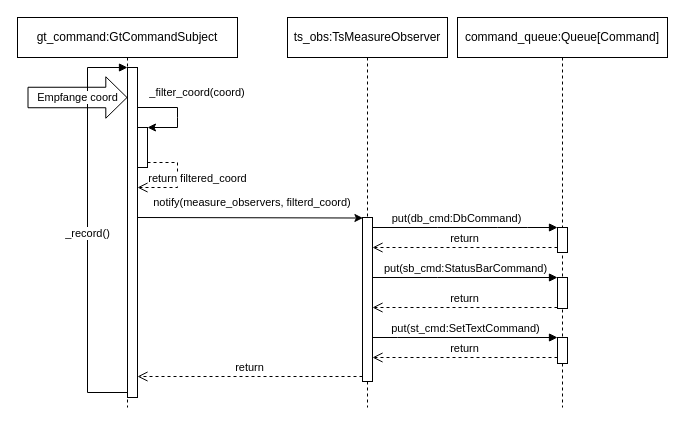
This is procedural/meassure_trainswitch.drawio from pascalreiss/draw_io_stuff, a draw.io file, before an edit. Source tidied: cells renumbered, new cells numbered last; positions are measured from the earlier drawing's top-left corner, leaving out a move shared by most shapes. Both pictures are drawn from the tidied source at 100%, with x=0, y=0 at pixel (17, 17).
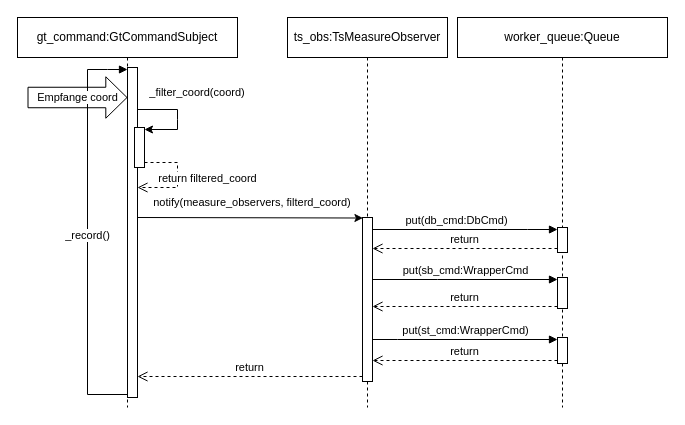
The same diagram, later.

The change refers to these unchanged cells:
```xml
<mxCell id="3" style="html=1;points=[[0,0,0,0,5],[0,1,0,0,-5],[1,0,0,0,5],[1,1,0,0,-5]];perimeter=orthogonalPerimeter;outlineConnect=0;targetShapes=umlLifeline;portConstraint=eastwest;newEdgeStyle={&quot;curved&quot;:0,&quot;rounded&quot;:0};" parent="2" vertex="1">
  <mxGeometry x="100" y="210" width="10" height="25" as="geometry" />
</mxCell>
<mxCell id="4" style="html=1;points=[[0,0,0,0,5],[0,1,0,0,-5],[1,0,0,0,5],[1,1,0,0,-5]];perimeter=orthogonalPerimeter;outlineConnect=0;targetShapes=umlLifeline;portConstraint=eastwest;newEdgeStyle={&quot;curved&quot;:0,&quot;rounded&quot;:0};" parent="2" vertex="1">
  <mxGeometry x="100" y="260" width="10" height="31" as="geometry" />
</mxCell>
<mxCell id="5" style="html=1;points=[[0,0,0,0,5],[0,1,0,0,-5],[1,0,0,0,5],[1,1,0,0,-5]];perimeter=orthogonalPerimeter;outlineConnect=0;targetShapes=umlLifeline;portConstraint=eastwest;newEdgeStyle={&quot;curved&quot;:0,&quot;rounded&quot;:0};" parent="2" vertex="1">
  <mxGeometry x="100" y="320" width="10" height="26" as="geometry" />
</mxCell>
<mxCell id="7" style="html=1;points=[[0,0,0,0,5],[0,1,0,0,-5],[1,0,0,0,5],[1,1,0,0,-5]];perimeter=orthogonalPerimeter;outlineConnect=0;targetShapes=umlLifeline;portConstraint=eastwest;newEdgeStyle={&quot;curved&quot;:0,&quot;rounded&quot;:0};" parent="6" vertex="1">
  <mxGeometry x="75" y="200" width="10" height="164" as="geometry" />
</mxCell>
<mxCell id="8" value="gt_command:GtCommandSubject" style="shape=umlLifeline;whiteSpace=wrap;html=1;newEdgeStyle={&quot;curved&quot;:0,&quot;rounded&quot;:0};perimeter=rectanglePerimeter;targetShapes=umlLifeline;participant=label;" parent="1" vertex="1">
  <mxGeometry width="220" height="390" as="geometry" />
</mxCell>
<mxCell id="9" style="html=1;points=[[0,0,0,0,5],[0,1,0,0,-5],[1,0,0,0,5],[1,1,0,0,-5]];perimeter=orthogonalPerimeter;outlineConnect=0;targetShapes=umlLifeline;portConstraint=eastwest;newEdgeStyle={&quot;curved&quot;:0,&quot;rounded&quot;:0};" parent="8" vertex="1">
  <mxGeometry x="110" y="50" width="10" height="330" as="geometry" />
</mxCell>
```

What changed in the source:
```diff
@@
+    <mxCell id="20" value="&lt;font style=&quot;font-size: 11px;&quot;&gt;notify(measure_observers, filterd_coord)&lt;/font&gt;" style="text;html=1;align=center;verticalAlign=middle;whiteSpace=wrap;rounded=0;" parent="1" vertex="1">
+      <mxGeometry x="100" y="170" width="270" height="30" as="geometry" />
+    </mxCell>
-    <mxCell id="2" value="command_queue:Queue[Command]" style="shape=umlLifeline;perimeter=lifelinePerimeter;whiteSpace=wrap;html=1;newEdgeStyle={&quot;curved&quot;:0,&quot;rounded&quot;:0};" parent="1" vertex="1">
+    <mxCell id="2" value="worker_queue:Queue" style="shape=umlLifeline;perimeter=lifelinePerimeter;whiteSpace=wrap;html=1;newEdgeStyle={&quot;curved&quot;:0,&quot;rounded&quot;:0};" parent="1" vertex="1">
       <mxGeometry x="440" width="210" height="390" as="geometry" />
     </mxCell>
@@
-    <mxCell id="10" value="_record()" style="html=1;verticalAlign=bottom;endArrow=block;curved=0;rounded=0;strokeColor=#000000;exitX=0;exitY=1;exitDx=0;exitDy=-5;exitPerimeter=0;" parent="8" edge="1" source="9" target="9">
+    <mxCell id="10" value="_record()" style="html=1;verticalAlign=bottom;endArrow=block;curved=0;rounded=0;strokeColor=#000000;exitX=0;exitY=1;exitDx=0;exitDy=-5;exitPerimeter=0;" parent="8" edge="1">
       <mxGeometry x="-0.06" relative="1" as="geometry">
+        <mxPoint x="110" y="377" as="sourcePoint" />
+        <mxPoint x="110" y="52" as="targetPoint" />
         <Array as="points">
-          <mxPoint x="70" y="375" />
-          <mxPoint x="70" y="50" />
+          <mxPoint x="70" y="377" />
+          <mxPoint x="70" y="52" />
+          <mxPoint x="90" y="52" />
         </Array>
       </mxGeometry>
     </mxCell>
     <mxCell id="11" style="html=1;points=[[0,0,0,0,5],[0,1,0,0,-5],[1,0,0,0,5],[1,1,0,0,-5]];perimeter=orthogonalPerimeter;outlineConnect=0;targetShapes=umlLifeline;portConstraint=eastwest;newEdgeStyle={&quot;curved&quot;:0,&quot;rounded&quot;:0};" parent="8" vertex="1">
-      <mxGeometry x="120" y="110" width="10" height="40" as="geometry" />
+      <mxGeometry x="117" y="110" width="10" height="40" as="geometry" />
     </mxCell>
     <mxCell id="12" value="return filtered_coord" style="html=1;verticalAlign=bottom;endArrow=open;dashed=1;endSize=8;curved=0;rounded=0;exitX=1;exitY=1;exitDx=0;exitDy=-5;exitPerimeter=0;" parent="8" edge="1" source="11" target="9">
-      <mxGeometry x="0.16" y="-20" relative="1" as="geometry">
+      <mxGeometry x="0.18" y="-30" relative="1" as="geometry">
         <Array as="points">
           <mxPoint x="160" y="145" />
           <mxPoint x="160" y="170" />
         </Array>
-        <mxPoint x="20" y="20" as="offset" />
+        <mxPoint x="30" y="30" as="offset" />
       </mxGeometry>
     </mxCell>
-    <mxCell id="13" value="put(db_cmd:DbCommand)" style="html=1;verticalAlign=bottom;endArrow=block;curved=0;rounded=0;strokeColor=#000000;" parent="1" edge="1" source="7" target="3">
+    <mxCell id="13" value="put(db_cmd:DbCmd)" style="html=1;verticalAlign=bottom;endArrow=block;curved=0;rounded=0;strokeColor=#000000;" parent="1" edge="1">
       <mxGeometry x="-0.09" relative="1" as="geometry">
+        <mxPoint x="355" y="212" as="sourcePoint" />
+        <mxPoint x="540" y="212" as="targetPoint" />
         <Array as="points">
-          <mxPoint x="420" y="210" />
-          <mxPoint x="480" y="210" />
-          <mxPoint x="510" y="210" />
+          <mxPoint x="420" y="212" />
+          <mxPoint x="480" y="212" />
+          <mxPoint x="510" y="212" />
         </Array>
       </mxGeometry>
     </mxCell>
-    <mxCell id="14" value="put(sb_cmd:StatusBarCommand)" style="html=1;verticalAlign=bottom;endArrow=block;curved=0;rounded=0;strokeColor=#000000;" parent="1" edge="1" source="7" target="4">
+    <mxCell id="14" value="put(sb_cmd:WrapperCmd" style="html=1;verticalAlign=bottom;endArrow=block;curved=0;rounded=0;strokeColor=#000000;" parent="1" edge="1">
       <mxGeometry relative="1" as="geometry">
+        <mxPoint x="355" y="262" as="sourcePoint" />
+        <mxPoint x="540" y="262" as="targetPoint" />
         <Array as="points">
-          <mxPoint x="420" y="260" />
+          <mxPoint x="420" y="262" />
         </Array>
       </mxGeometry>
     </mxCell>
-    <mxCell id="15" value="put(st_cmd:SetTextCommand)" style="html=1;verticalAlign=bottom;endArrow=block;curved=0;rounded=0;strokeColor=#000000;" parent="1" edge="1" source="7" target="5">
+    <mxCell id="15" value="put(st_cmd:WrapperCmd)" style="html=1;verticalAlign=bottom;endArrow=block;curved=0;rounded=0;strokeColor=#000000;" parent="1" edge="1">
       <mxGeometry relative="1" as="geometry">
+        <mxPoint x="355" y="322" as="sourcePoint" />
+        <mxPoint x="540" y="322" as="targetPoint" />
         <Array as="points">
-          <mxPoint x="380" y="320" />
+          <mxPoint x="380" y="322" />
         </Array>
       </mxGeometry>
     </mxCell>
@@
     <mxCell id="18" style="endArrow=classic;html=1;rounded=0;" parent="1" edge="1" target="11">
       <mxGeometry relative="1" as="geometry">
-        <mxPoint x="120" y="90" as="sourcePoint" />
+        <mxPoint x="120" y="92" as="sourcePoint" />
         <Array as="points">
-          <mxPoint x="160" y="90" />
-          <mxPoint x="160" y="100" />
-          <mxPoint x="160" y="110" />
+          <mxPoint x="160" y="92" />
+          <mxPoint x="160" y="102" />
+          <mxPoint x="160" y="112" />
         </Array>
       </mxGeometry>
     </mxCell>
@@
-    <mxCell id="20" value="&lt;font style=&quot;font-size: 11px;&quot;&gt;notify(measure_observers, filterd_coord)&lt;/font&gt;" style="text;html=1;align=center;verticalAlign=middle;whiteSpace=wrap;rounded=0;" parent="1" vertex="1">
-      <mxGeometry x="100" y="170" width="270" height="30" as="geometry" />
-    </mxCell>
@@
     <mxCell id="22" value="return" style="html=1;verticalAlign=bottom;endArrow=open;dashed=1;endSize=8;curved=0;rounded=0;" parent="1" edge="1">
       <mxGeometry relative="1" as="geometry">
-        <mxPoint x="540" y="230" as="sourcePoint" />
-        <mxPoint x="355" y="230" as="targetPoint" />
+        <mxPoint x="540" y="231" as="sourcePoint" />
+        <mxPoint x="355" y="231" as="targetPoint" />
       </mxGeometry>
     </mxCell>
     <mxCell id="23" value="return" style="html=1;verticalAlign=bottom;endArrow=open;dashed=1;endSize=8;curved=0;rounded=0;" parent="1" edge="1">
       <mxGeometry relative="1" as="geometry">
-        <mxPoint x="540" y="290" as="sourcePoint" />
-        <mxPoint x="355" y="290" as="targetPoint" />
+        <mxPoint x="540" y="289" as="sourcePoint" />
+        <mxPoint x="355" y="289" as="targetPoint" />
       </mxGeometry>
     </mxCell>
-    <mxCell id="24" value="return" style="html=1;verticalAlign=bottom;endArrow=open;dashed=1;endSize=8;curved=0;rounded=0;" parent="1" edge="1" source="5" target="7">
+    <mxCell id="24" value="return" style="html=1;verticalAlign=bottom;endArrow=open;dashed=1;endSize=8;curved=0;rounded=0;" parent="1" edge="1">
       <mxGeometry relative="1" as="geometry">
+        <mxPoint x="540" y="343" as="sourcePoint" />
+        <mxPoint x="355" y="343" as="targetPoint" />
         <Array as="points">
-          <mxPoint x="480" y="340" />
+          <mxPoint x="480" y="343" />
         </Array>
       </mxGeometry>
     </mxCell>
```
